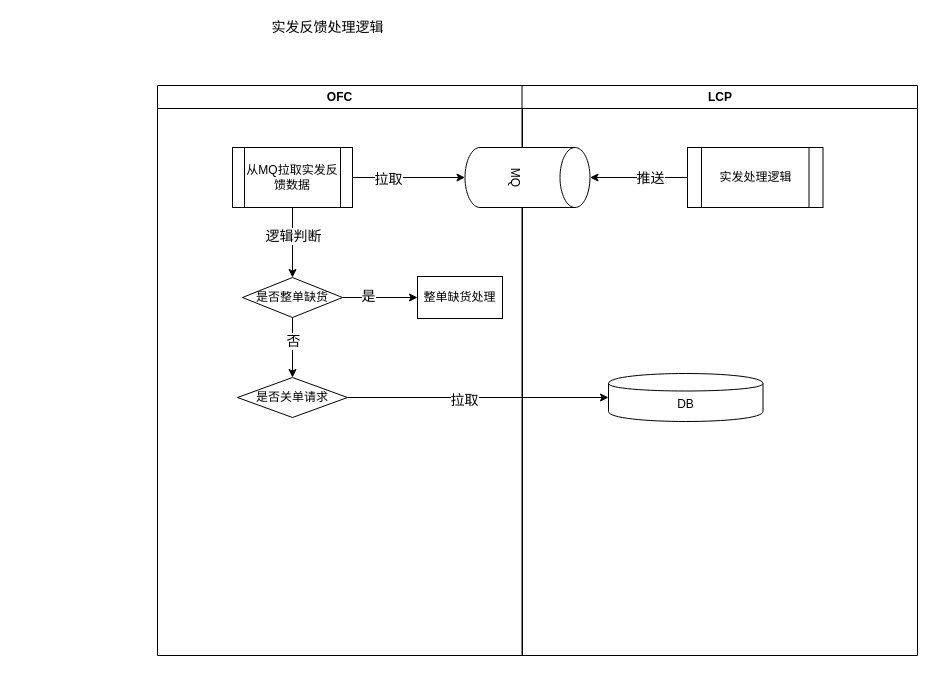
18516264210/aikucun keeps this draw.io diagram as page "实发反馈业务流程图" (1 of 2) of 实发反馈.drawio. Above is the earlier version. Source tidied: cells renumbered, new cells numbered last; positions are measured from the earlier drawing's top-left corner, leaving out a move shared by most shapes. Both pictures are drawn from the tidied source at 100%, with x=0, y=0 at pixel (157, 17).
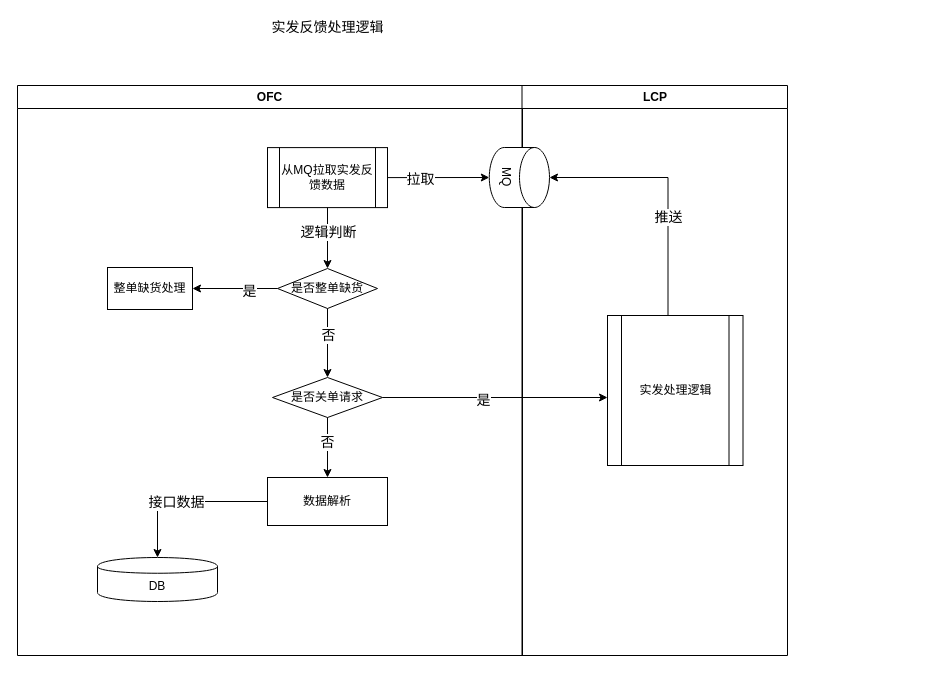
The same diagram, later.

Change to the diagram source:
```diff
@@
     <mxCell id="2" value="OFC" style="swimlane;whiteSpace=wrap;" parent="1" vertex="1">
-      <mxGeometry y="68" width="365" height="570" as="geometry" />
+      <mxGeometry x="-140" y="68" width="505" height="570" as="geometry" />
     </mxCell>
     <mxCell id="3" value="从MQ拉取实发反馈数据" style="shape=process;whiteSpace=wrap;html=1;backgroundOutline=1;" parent="2" vertex="1">
-      <mxGeometry x="75" y="62" width="120" height="60" as="geometry" />
+      <mxGeometry x="250" y="62.1" width="120" height="60" as="geometry" />
     </mxCell>
     <mxCell id="4" value="是否整单缺货" style="rhombus;whiteSpace=wrap;html=1;" parent="2" vertex="1">
-      <mxGeometry x="85" y="192" width="100" height="40" as="geometry" />
+      <mxGeometry x="260" y="183" width="100" height="40" as="geometry" />
     </mxCell>
@@
     <mxCell id="7" value="整单缺货处理" style="whiteSpace=wrap;html=1;" parent="2" vertex="1">
-      <mxGeometry x="260" y="191" width="85" height="42" as="geometry" />
+      <mxGeometry x="90" y="182" width="85" height="42" as="geometry" />
     </mxCell>
@@
+    <mxCell id="20" value="是否关单请求" style="rhombus;whiteSpace=wrap;html=1;" parent="2" vertex="1">
+      <mxGeometry x="255" y="292" width="110" height="40" as="geometry" />
+    </mxCell>
+    <mxCell id="21" style="edgeStyle=orthogonalEdgeStyle;rounded=0;jettySize=auto;html=1;" parent="2" edge="1" source="4" target="20">
+      <mxGeometry relative="1" as="geometry" />
+    </mxCell>
+    <mxCell id="22" value="否" style="edgeLabel;html=1;align=center;verticalAlign=middle;fontSize=14;" parent="21" vertex="1">
+      <mxGeometry x="-0.25" relative="1" as="geometry" />
+    </mxCell>
+    <mxCell id="24" value="数据解析" style="whiteSpace=wrap;html=1;" parent="2" vertex="1">
+      <mxGeometry x="250" y="392" width="120" height="48" as="geometry" />
+    </mxCell>
+    <mxCell id="25" style="edgeStyle=orthogonalEdgeStyle;rounded=0;jettySize=auto;html=1;fontSize=14;" parent="2" edge="1" source="20" target="24">
+      <mxGeometry relative="1" as="geometry" />
+    </mxCell>
+    <mxCell id="26" value="否" style="edgeLabel;html=1;align=center;verticalAlign=middle;fontSize=14;" parent="25" vertex="1">
+      <mxGeometry x="-0.2" y="-1" relative="1" as="geometry" />
+    </mxCell>
+    <mxCell id="12" value="DB" style="shape=cylinder;whiteSpace=wrap;html=1;boundedLbl=1;backgroundOutline=1;" parent="2" vertex="1">
+      <mxGeometry x="80" y="472" width="120" height="44" as="geometry" />
+    </mxCell>
+    <mxCell id="27" style="edgeStyle=orthogonalEdgeStyle;rounded=0;jettySize=auto;html=1;fontSize=14;" parent="2" edge="1" source="24" target="12">
+      <mxGeometry relative="1" as="geometry" />
+    </mxCell>
+    <mxCell id="28" value="接口数据" style="edgeLabel;html=1;align=center;verticalAlign=middle;fontSize=14;" parent="27" vertex="1">
+      <mxGeometry x="0.11" relative="1" as="geometry" />
+    </mxCell>
     <mxCell id="10" value="LCP" style="swimlane;whiteSpace=wrap;" parent="1" vertex="1">
-      <mxGeometry x="364.5" y="68" width="395.5" height="570" as="geometry" />
+      <mxGeometry x="364.5" y="68" width="265.5" height="570" as="geometry" />
     </mxCell>
     <mxCell id="11" value="实发处理逻辑" style="shape=process;whiteSpace=wrap;html=1;backgroundOutline=1;" parent="10" vertex="1">
-      <mxGeometry x="165.5" y="62" width="135.5" height="60" as="geometry" />
+      <mxGeometry x="85.5" y="230" width="135.5" height="150" as="geometry" />
     </mxCell>
-    <mxCell id="12" value="DB" style="shape=cylinder;whiteSpace=wrap;html=1;boundedLbl=1;backgroundOutline=1;" parent="10" vertex="1">
-      <mxGeometry x="86.5" y="288" width="154.5" height="48" as="geometry" />
-    </mxCell>
     <mxCell id="13" value="MQ" style="shape=cylinder3;whiteSpace=wrap;html=1;boundedLbl=1;backgroundOutline=1;size=15;rotation=90;" parent="10" vertex="1">
-      <mxGeometry x="-24.5" y="29.5" width="60" height="125" as="geometry" />
+      <mxGeometry x="-32.6" y="61.9" width="60" height="60.2" as="geometry" />
     </mxCell>
     <mxCell id="14" style="edgeStyle=orthogonalEdgeStyle;rounded=0;jettySize=auto;html=1;fontSize=14;" parent="10" edge="1" source="11" target="13">
-      <mxGeometry relative="1" as="geometry" />
+      <mxGeometry relative="1" as="geometry">
+        <Array as="points">
+          <mxPoint x="146" y="92" />
+        </Array>
+      </mxGeometry>
     </mxCell>
@@
-    <mxCell id="18" style="edgeStyle=orthogonalEdgeStyle;rounded=0;jettySize=auto;html=1;fontSize=14;" parent="1" edge="1" source="20" target="12">
-      <mxGeometry relative="1" as="geometry" />
+    <mxCell id="18" style="edgeStyle=orthogonalEdgeStyle;rounded=0;jettySize=auto;html=1;fontSize=14;" parent="1" edge="1" source="20">
+      <mxGeometry relative="1" as="geometry">
+        <mxPoint x="450" y="380" as="targetPoint" />
+      </mxGeometry>
     </mxCell>
-    <mxCell id="19" value="拉取" style="edgeLabel;html=1;align=center;verticalAlign=middle;fontSize=14;" parent="18" vertex="1">
+    <mxCell id="19" value="是" style="edgeLabel;html=1;align=center;verticalAlign=middle;fontSize=14;" parent="18" vertex="1">
       <mxGeometry x="-0.11" y="-2" relative="1" as="geometry" />
     </mxCell>
-    <mxCell id="20" value="是否关单请求" style="rhombus;whiteSpace=wrap;html=1;" parent="1" vertex="1">
-      <mxGeometry x="80" y="360" width="110" height="40" as="geometry" />
-    </mxCell>
-    <mxCell id="21" style="edgeStyle=orthogonalEdgeStyle;rounded=0;jettySize=auto;html=1;" parent="1" edge="1" source="4" target="20">
-      <mxGeometry relative="1" as="geometry" />
-    </mxCell>
-    <mxCell id="22" value="否" style="edgeLabel;html=1;align=center;verticalAlign=middle;fontSize=14;" parent="21" vertex="1">
-      <mxGeometry x="-0.25" relative="1" as="geometry" />
-    </mxCell>
```
